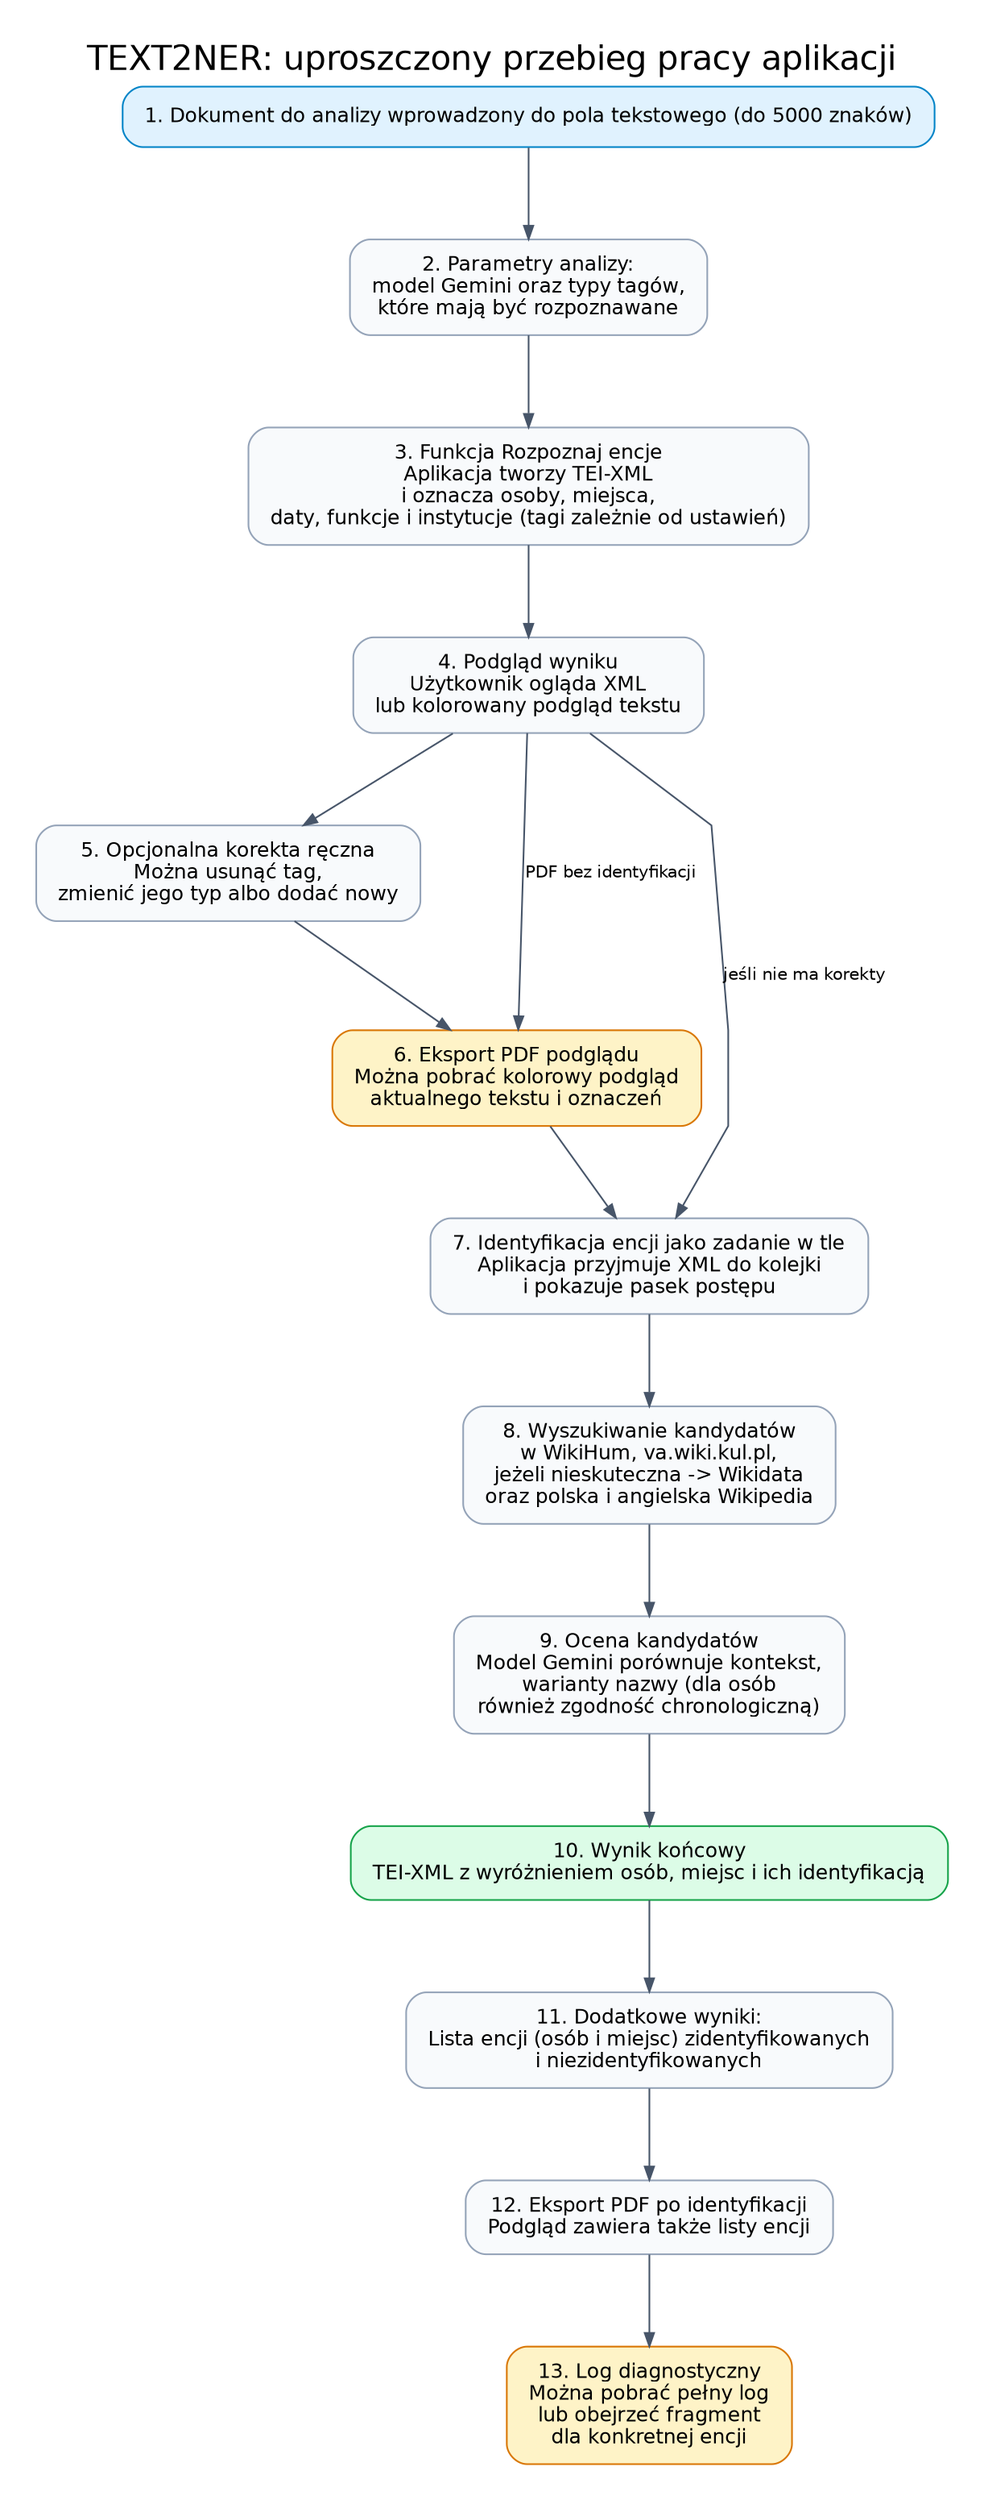
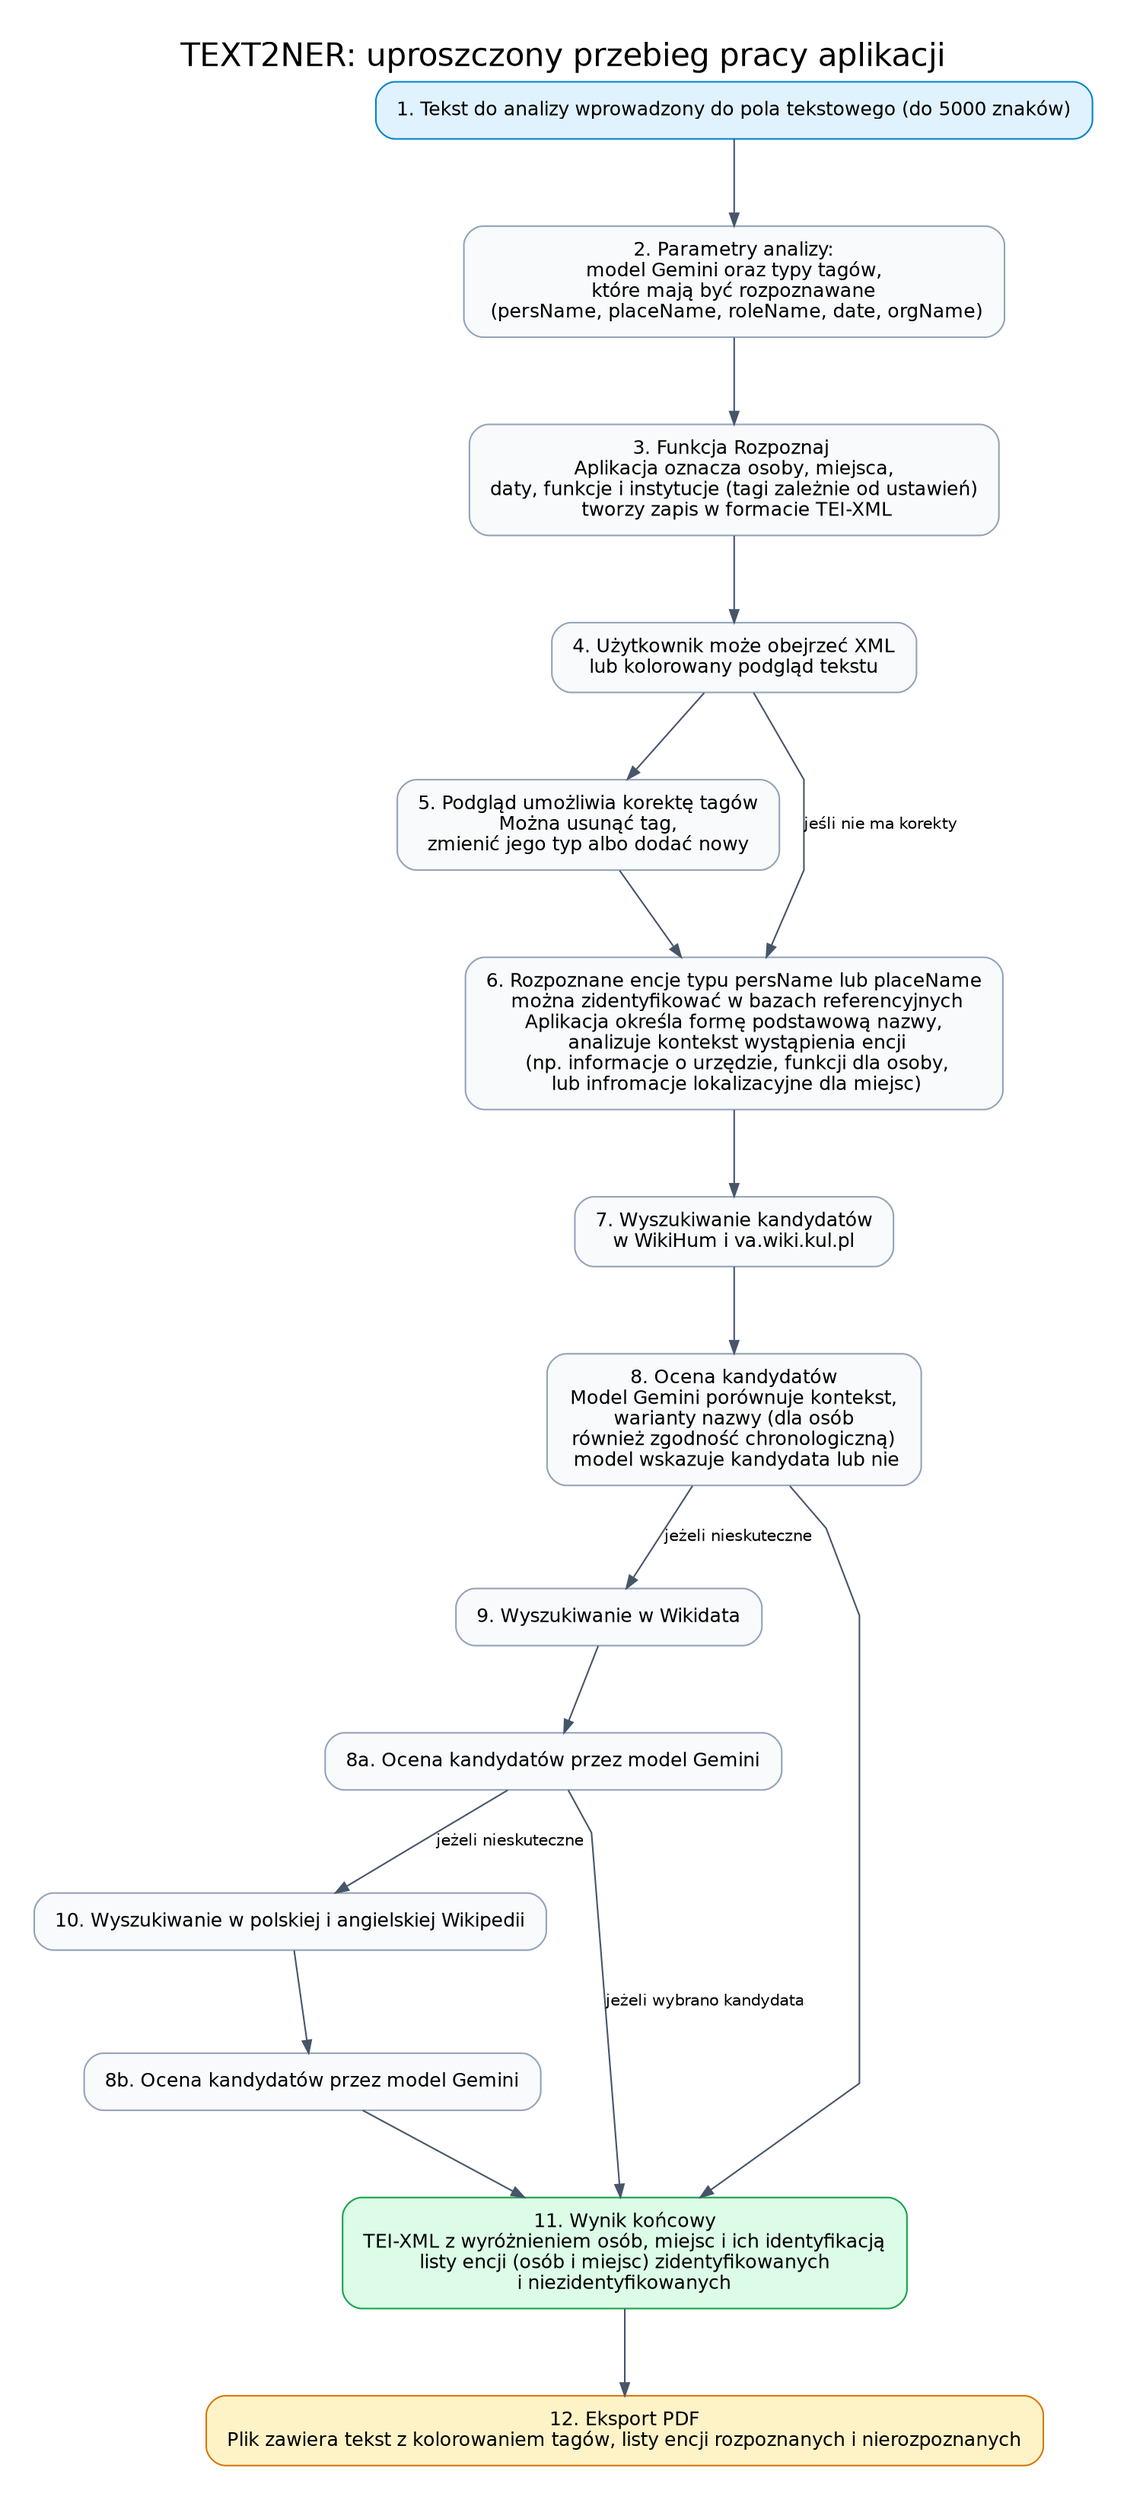
digraph text2ner_process_simple {
    graph [
        rankdir=TB,
        labelloc="t",
        label="TEXT2NER: uproszczony przebieg pracy aplikacji",
        fontsize=20,
        fontname="Helvetica",
        pad=0.3,
        nodesep=0.45,
        ranksep=0.75,
        splines=polyline,
        bgcolor="white"
    ];

    node [
        shape=box,
        style="rounded,filled",
        fillcolor="#F8FAFC",
        color="#94A3B8",
        fontname="Helvetica",
        fontsize=12,
        margin="0.18,0.12"
    ];

    edge [
        color="#475569",
        arrowsize=0.8,
        fontname="Helvetica",
        fontsize=10
    ];

-     start [label="1. Dokument do analizy wprowadzony do pola tekstowego (do 5000 znaków)", fillcolor="#E0F2FE", color="#0284C7"];
-     settings [label="2. Parametry analizy:\nmodel Gemini oraz typy tagów,\nktóre mają być rozpoznawane"];
-     recognize [label="3. Funkcja Rozpoznaj encje\nAplikacja tworzy TEI-XML\ni oznacza osoby, miejsca,\ndaty, funkcje i instytucje (tagi zależnie od ustawień)"];
-     preview [label="4. Podgląd wyniku\nUżytkownik ogląda XML\nlub kolorowany podgląd tekstu"];
-     manual [label="5. Opcjonalna korekta ręczna\nMożna usunąć tag,\nzmienić jego typ albo dodać nowy"];
-     pdf_before [label="6. Eksport PDF podglądu\nMożna pobrać kolorowy podgląd\naktualnego tekstu i oznaczeń", fillcolor="#FEF3C7", color="#D97706"];
-     identify [label="7. Identyfikacja encji jako zadanie w tle\nAplikacja przyjmuje XML do kolejki\ni pokazuje pasek postępu"];
-     sources [label="8. Wyszukiwanie kandydatów\nw WikiHum, va.wiki.kul.pl,\njeżeli nieskuteczna -> Wikidata\noraz polska i angielska Wikipedia"];
-     decision [label="9. Ocena kandydatów\nModel Gemini porównuje kontekst,\nwarianty nazwy (dla osób\nrównież zgodność chronologiczną)"];
-     result [label="10. Wynik końcowy\nTEI-XML z wyróżnieniem osób, miejsc i ich identyfikacją", fillcolor="#DCFCE7", color="#16A34A"];
-     lists [label="11. Dodatkowe wyniki:\nLista encji (osób i miejsc) zidentyfikowanych\ni niezidentyfikowanych"];
-     pdf_after [label="12. Eksport PDF po identyfikacji\nPodgląd zawiera także listy encji"];
-     log [label="13. Log diagnostyczny\nMożna pobrać pełny log\nlub obejrzeć fragment\ndla konkretnej encji", fillcolor="#FEF3C7", color="#D97706"];
+     start [label="1. Tekst do analizy wprowadzony do pola tekstowego (do 5000 znaków)", fillcolor="#E0F2FE", color="#0284C7"];
+     settings [label="2. Parametry analizy:\nmodel Gemini oraz typy tagów,\nktóre mają być rozpoznawane\n (persName, placeName, roleName, date, orgName)"];
+     recognize [label="3. Funkcja Rozpoznaj \nAplikacja oznacza osoby, miejsca,\ndaty, funkcje i instytucje (tagi zależnie od ustawień)\n tworzy zapis w formacie TEI-XML"];
+     preview [label="4. Użytkownik może obejrzeć XML\nlub kolorowany podgląd tekstu"];
+     manual [label="5. Podgląd umożliwia korektę tagów\nMożna usunąć tag,\nzmienić jego typ albo dodać nowy"];
+     identify [label="6. Rozpoznane encje typu persName lub placeName\n można zidentyfikować w bazach referencyjnych\nAplikacja określa formę podstawową nazwy,\n analizuje kontekst wystąpienia encji\n (np. informacje o urzędzie, funkcji dla osoby,\n lub infromacje lokalizacyjne dla miejsc)"];
+     sources [label="7. Wyszukiwanie kandydatów\nw WikiHum i va.wiki.kul.pl"];
+     decision [label="8. Ocena kandydatów\nModel Gemini porównuje kontekst,\nwarianty nazwy (dla osób\nrównież zgodność chronologiczną)\n model wskazuje kandydata lub nie"];
+     decision2 [label="8a. Ocena kandydatów przez model Gemini"];
+     decision3 [label="8b. Ocena kandydatów przez model Gemini"];
+     sources2 [label="9. Wyszukiwanie w Wikidata"];
+     sources3 [label="10. Wyszukiwanie w polskiej i angielskiej Wikipedii"];
+     result [label="11. Wynik końcowy\nTEI-XML z wyróżnieniem osób, miejsc i ich identyfikacją\nlisty encji (osób i miejsc) zidentyfikowanych\ni niezidentyfikowanych", fillcolor="#DCFCE7", color="#16A34A"];
+     pdf_after [label="12. Eksport PDF\nPlik zawiera tekst z kolorowaniem tagów, listy encji rozpoznanych i nierozpoznanych", fillcolor="#FEF3C7", color="#D97706"];

-     start -> settings -> recognize -> preview -> manual -> pdf_before -> identify -> sources -> decision -> result -> lists -> pdf_after -> log;
+     start -> settings -> recognize -> preview -> manual -> identify -> sources -> decision -> result -> pdf_after;
    preview -> identify [label="jeśli nie ma korekty"];
-     preview -> pdf_before [label="PDF bez identyfikacji"];
+     decision -> sources2 [label="jeżeli nieskuteczne"]
+     sources2 -> decision2
+     decision2 -> result [label="jeżeli wybrano kandydata"]
+     decision2 -> sources3 [label="jeżeli nieskuteczne"]
+     sources3 -> decision3
+     decision3 -> result
}
